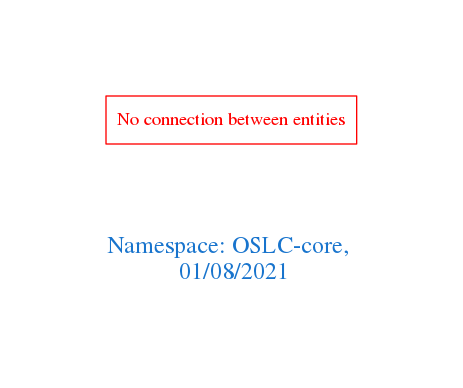
Above: downloads/OSLC-core.png in arago/OGIT (Graphviz), before the change. Its source is kept beside it as downloads/OSLC-core.dot.
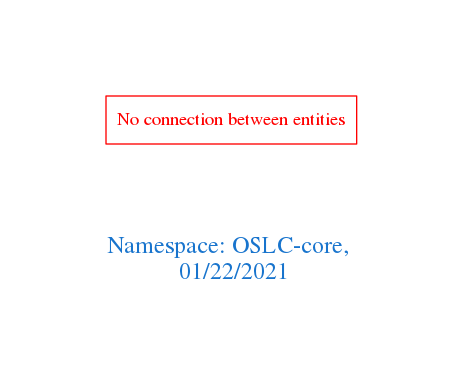
Above is the later version.

What changed in the source:
```diff
@@ -1,7 +1,7 @@
 digraph OGIT_ontology {
  graph [ rankdir= LR,pad=1
 fontsize = 18,
-fontcolor= dodgerblue3,label = "\n\n\nNamespace: OSLC-core, \n 01/08/2021"];
+fontcolor= dodgerblue3,label = "\n\n\nNamespace: OSLC-core, \n 01/22/2021"];
 node[shape=polygon];
 edge [  color="gray81"];
 
```
